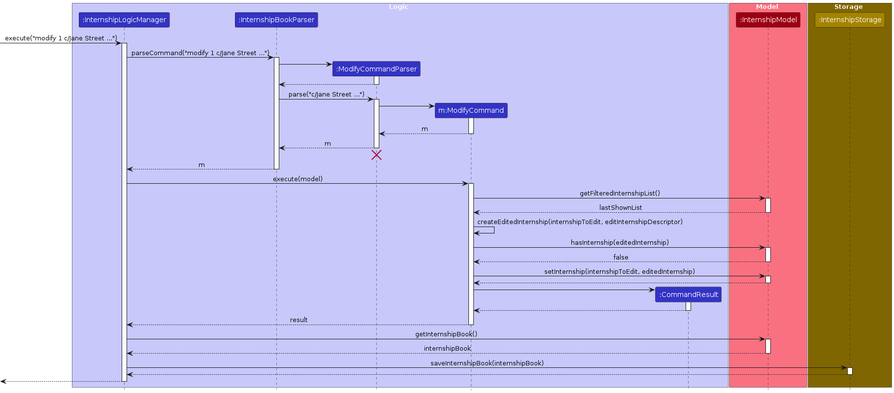
The PlantUML diagram diagrams/ModifySequenceDiagram.png in AY2324S1-CS2103T-W17-1/tp, before a commit. Its source is kept beside it as diagrams/ModifySequenceDiagram.puml.
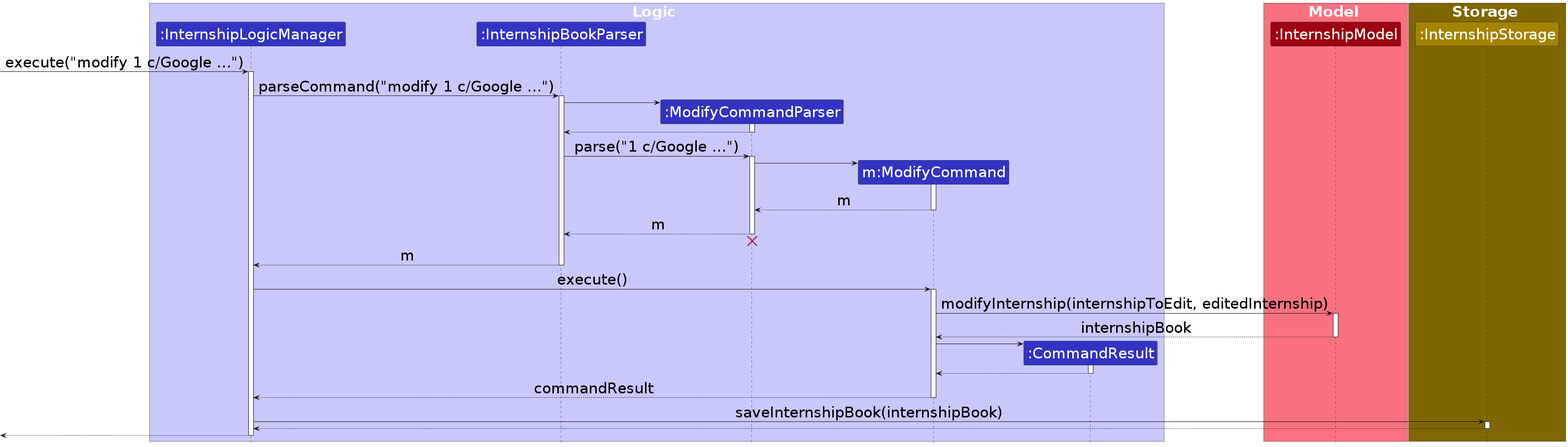
After the commit.

What changed in the source:
```diff
@@ -1,28 +1,28 @@
 @startuml
-
 !include style.puml
+skinparam DefaultFontSize 30
 skinparam ArrowFontStyle plain
 
 box Logic LOGIC_COLOR_T1
-    participant ":InternshipLogicManager" as InternshipLogicManager LOGIC_COLOR
-    participant ":InternshipBookParser" as InternshipBookParser LOGIC_COLOR
-    participant ":ModifyCommandParser" as ModifyCommandParser LOGIC_COLOR
-    participant "m:ModifyCommand" as ModifyCommand LOGIC_COLOR
-    participant ":CommandResult" as CommandResult LOGIC_COLOR
+participant ":InternshipLogicManager" as InternshipLogicManager LOGIC_COLOR
+participant ":InternshipBookParser" as InternshipBookParser LOGIC_COLOR
+participant ":ModifyCommandParser" as ModifyCommandParser LOGIC_COLOR
+participant "m:ModifyCommand" as ModifyCommand LOGIC_COLOR
+participant ":CommandResult" as CommandResult LOGIC_COLOR
 end box
 
 box Model MODEL_COLOR_T1
-    participant ":InternshipModel" as InternshipModel MODEL_COLOR
+participant ":InternshipModel" as InternshipModel MODEL_COLOR
 end box
 
 box Storage STORAGE_COLOR_T3
 participant ":InternshipStorage" as Storage STORAGE_COLOR
 end box
 
-[-> InternshipLogicManager : execute("modify 1 c/Jane Street ...")
+[-> InternshipLogicManager : execute("modify 1 c/Google ...")
 activate InternshipLogicManager
 
-InternshipLogicManager -> InternshipBookParser : parseCommand("modify 1 c/Jane Street ...")
+InternshipLogicManager -> InternshipBookParser : parseCommand("modify 1 c/Google ...")
 activate InternshipBookParser
 
 create ModifyCommandParser
@@ -32,7 +32,7 @@
 ModifyCommandParser --> InternshipBookParser
 deactivate ModifyCommandParser
 
-InternshipBookParser -> ModifyCommandParser : parse("c/Jane Street ...")
+InternshipBookParser -> ModifyCommandParser : parse("1 c/Google ...")
 activate ModifyCommandParser
 
 create ModifyCommand
@@ -50,27 +50,13 @@
 InternshipBookParser --> InternshipLogicManager : m
 deactivate InternshipBookParser
 
-InternshipLogicManager -> ModifyCommand : execute(model)
+InternshipLogicManager -> ModifyCommand : execute()
 activate ModifyCommand
 
-ModifyCommand -> InternshipModel : getFilteredInternshipList()
+ModifyCommand -> InternshipModel : modifyInternship(internshipToEdit, editedInternship)
 activate InternshipModel
 
-InternshipModel --> ModifyCommand : lastShownList
-deactivate InternshipModel
-
-
-ModifyCommand -> ModifyCommand : createEditedInternship(internshipToEdit, editInternshipDescriptor)
-ModifyCommand -> InternshipModel : hasInternship(editedInternship)
-activate InternshipModel
-
-InternshipModel --> ModifyCommand : false
-deactivate InternshipModel
-
-ModifyCommand -> InternshipModel : setInternship(internshipToEdit, editedInternship)
-activate InternshipModel
-
-InternshipModel --> ModifyCommand
+InternshipModel --> ModifyCommand : internshipBook
 deactivate InternshipModel
 
 create CommandResult
@@ -80,14 +66,8 @@
 CommandResult --> ModifyCommand
 deactivate CommandResult
 
-ModifyCommand --> InternshipLogicManager : result
+ModifyCommand --> InternshipLogicManager : commandResult
 deactivate ModifyCommand
-
-InternshipLogicManager -> InternshipModel : getInternshipBook()
-activate InternshipModel
-
-InternshipModel --> InternshipLogicManager : internshipBook
-deactivate InternshipModel
 
 InternshipLogicManager -> Storage : saveInternshipBook(internshipBook)
 activate Storage
@@ -95,7 +75,6 @@
 Storage --> InternshipLogicManager
 deactivate Storage
 
-[<--InternshipLogicManager
+[<-- InternshipLogicManager
 deactivate InternshipLogicManager
-
 @enduml
```
